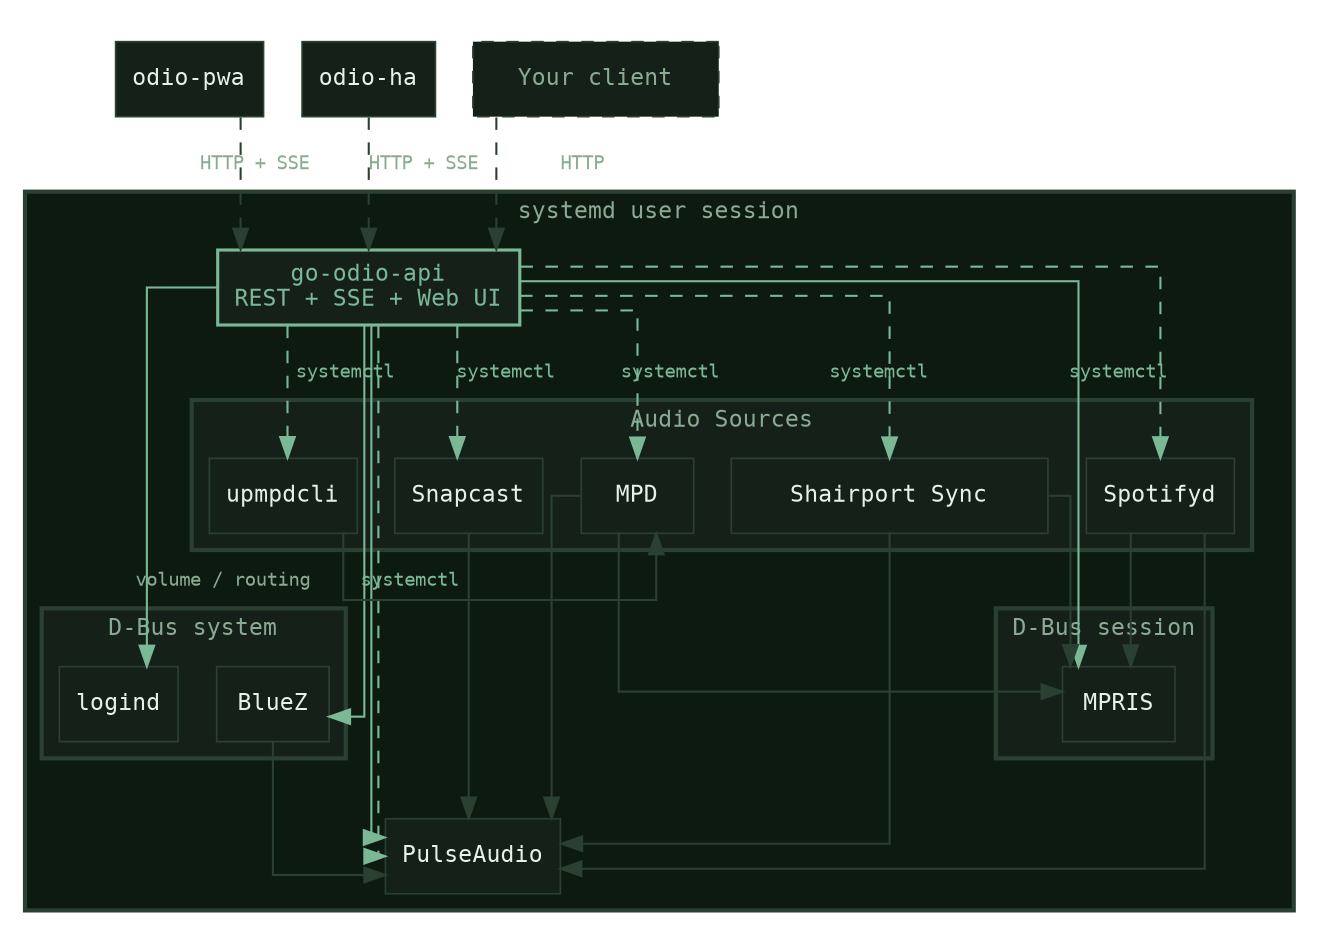
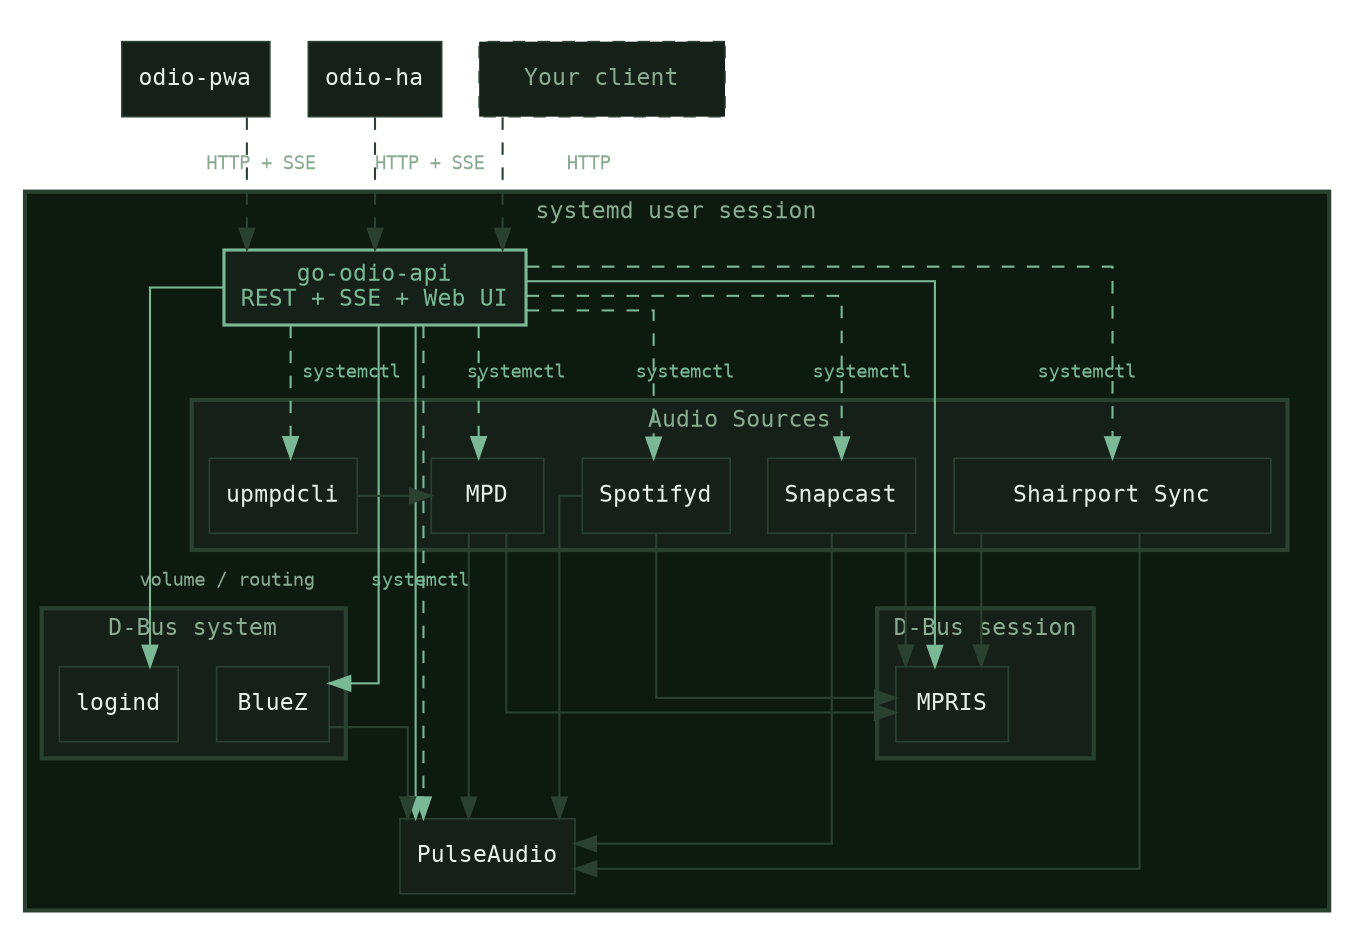
digraph odio {
  rankdir=TB
  newrank=true
  compound=true
  fontname="monospace"
  fontsize=11
  bgcolor="transparent"
  node [fontname="monospace" fontsize=11 style=filled fillcolor="#152018"
        color="#2a4030" fontcolor="#e8f0ea" shape=box penwidth=0.8]
  edge [color="#2a4030" fontname="monospace" fontsize=9 fontcolor="#8aab92"]
  splines=ortho

  /* ============================================================
     API Clients
     ============================================================ */
  subgraph cluster_clients {
    label="" style=invis

    pwa       [label="odio-pwa"]
    ha        [label="odio-ha"]
    custom    [label="  Your client  " style="filled,dashed"
               color="#2a4030" fontcolor="#8aab92"]
  }

  /* ============================================================
     systemd user session
     ============================================================ */
  subgraph cluster_session {
    label="systemd user session" fontcolor="#8aab92"
    style="filled,bold" fillcolor="#0d1a10" color="#2a4030" penwidth=2

    /* go-odio-api */
    api [label="go-odio-api\nREST + SSE + Web UI"
         color="#7ab896" fontcolor="#7ab896" penwidth=1.5]

    /* D-Bus session */
    subgraph cluster_dbus_session {
      label="D-Bus session" fontcolor="#8aab92" style=filled
      fillcolor="#152018" color="#2a4030"

      mpris [label="MPRIS"]
    }

    /* D-Bus system */
    subgraph cluster_dbus_system {
      label="D-Bus system" fontcolor="#8aab92" style=filled
      fillcolor="#152018" color="#2a4030"

      bluez_dbus [label="BlueZ"]
      logind     [label="logind"]
    }

    /* PulseAudio */
    pulse [label="PulseAudio"]

    /* Audio sources */
    subgraph cluster_sources {
      label="Audio Sources" fontcolor="#8aab92" style=filled
      fillcolor="#152018" color="#2a4030"

      mpd       [label="MPD"]
      shairport [label="   Shairport Sync   "]
      spotifyd  [label="Spotifyd"]
      snapcast  [label="Snapcast"]
      upmpdcli  [label="upmpdcli"]
    }
  }

  /* ============================================================
     Clients -> API
     ============================================================ */
  pwa    -> api [label="HTTP + SSE" style=dashed]
  ha     -> api [label="HTTP + SSE" style=dashed]
  custom -> api [label="HTTP" style=dashed color="#2a4030"]

  /* ============================================================
     API -> D-Bus
     ============================================================ */
  api -> mpris     [color="#7ab896"]
  api -> bluez_dbus[color="#7ab896"]
  api -> logind    [color="#7ab896"]

  /* ============================================================
     API -> PulseAudio
     ============================================================ */
  api -> pulse [label="volume / routing" color="#7ab896"]

  /* ============================================================
     API -> systemctl
     ============================================================ */
  api -> mpd       [label="systemctl" style=dashed color="#7ab896" fontcolor="#7ab896"]
  api -> shairport [label="systemctl" style=dashed color="#7ab896" fontcolor="#7ab896"]
  api -> spotifyd  [label="systemctl" style=dashed color="#7ab896" fontcolor="#7ab896"]
  api -> snapcast  [label="systemctl" style=dashed color="#7ab896" fontcolor="#7ab896"]
  api -> upmpdcli  [label="systemctl" style=dashed color="#7ab896" fontcolor="#7ab896"]
  api -> pulse     [label="systemctl" style=dashed color="#7ab896" fontcolor="#7ab896"]

  /* ============================================================
     Sources -> PulseAudio
     ============================================================ */
  mpd        -> pulse
  shairport  -> pulse
  snapcast   -> pulse
  spotifyd   -> pulse
  bluez_dbus -> pulse
  upmpdcli   -> mpd

  /* ============================================================
     Sources -> D-Bus
     ============================================================ */
  mpd        -> mpris
  shairport  -> mpris
  spotifyd   -> mpris
+   snapcast   -> mpris

  /* ============================================================
     Layout hints
     ============================================================ */
  {rank=same pwa ha custom}
  {rank=same mpris bluez_dbus logind}
  {rank=same mpd shairport spotifyd snapcast upmpdcli}
}
